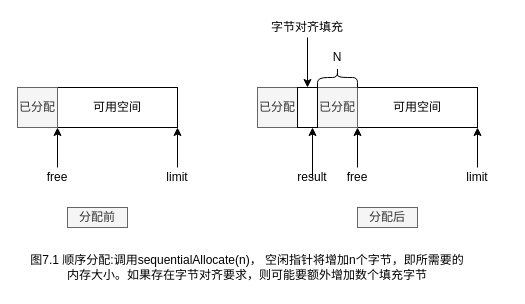
This is page "chapter-07-1" (2 of 2) of operating-system/垃圾回收算法手册/drawio/垃圾回收算法手册.drawio from web1992/read, a draw.io file, before an edit. Source tidied: cells renumbered, new cells numbered last; positions are measured from the earlier drawing's top-left corner, leaving out a move shared by most shapes. Both pictures are drawn from the tidied source at 100%, with x=0, y=0 at pixel (17, 17).
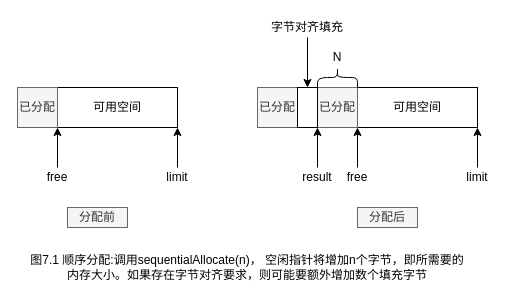
The same diagram, later.

Unchanged cells that the change refers to:
```xml
<mxCell id="14" value="已分配" style="text;html=1;strokeColor=#666666;fillColor=#f5f5f5;align=center;verticalAlign=middle;whiteSpace=wrap;rounded=0;fontColor=#333333;" parent="1" vertex="1">
  <mxGeometry x="300" y="70" width="40" height="40" as="geometry" />
</mxCell>
<mxCell id="15" style="rounded=0;whiteSpace=wrap;html=1;" parent="1" vertex="1">
  <mxGeometry x="280" y="70" width="20" height="40" as="geometry" />
</mxCell>
```

The edit, as a diff of the source:
```diff
@@
-    <mxCell id="18" style="edgeStyle=orthogonalEdgeStyle;rounded=0;jettySize=auto;html=1;exitX=0.5;exitY=0;exitDx=0;exitDy=0;entryX=0.75;entryY=1;entryDx=0;entryDy=0;" parent="1" edge="1" source="19" target="15">
-      <mxGeometry relative="1" as="geometry">
-        <Array as="points">
-          <mxPoint x="295" y="160" />
-        </Array>
-      </mxGeometry>
-    </mxCell>
+    <mxCell id="25" style="edgeStyle=orthogonalEdgeStyle;rounded=0;jettySize=auto;html=1;exitX=0.5;exitY=0;exitDx=0;exitDy=0;entryX=0;entryY=1;entryDx=0;entryDy=0;" parent="1" edge="1" source="19" target="14">
+      <mxGeometry relative="1" as="geometry" />
+    </mxCell>
     <mxCell id="19" value="result" style="text;html=1;strokeColor=none;fillColor=none;align=center;verticalAlign=middle;whiteSpace=wrap;rounded=0;" parent="1" vertex="1">
-      <mxGeometry x="270" y="150" width="50" height="20" as="geometry" />
+      <mxGeometry x="275" y="150" width="50" height="20" as="geometry" />
     </mxCell>
```
